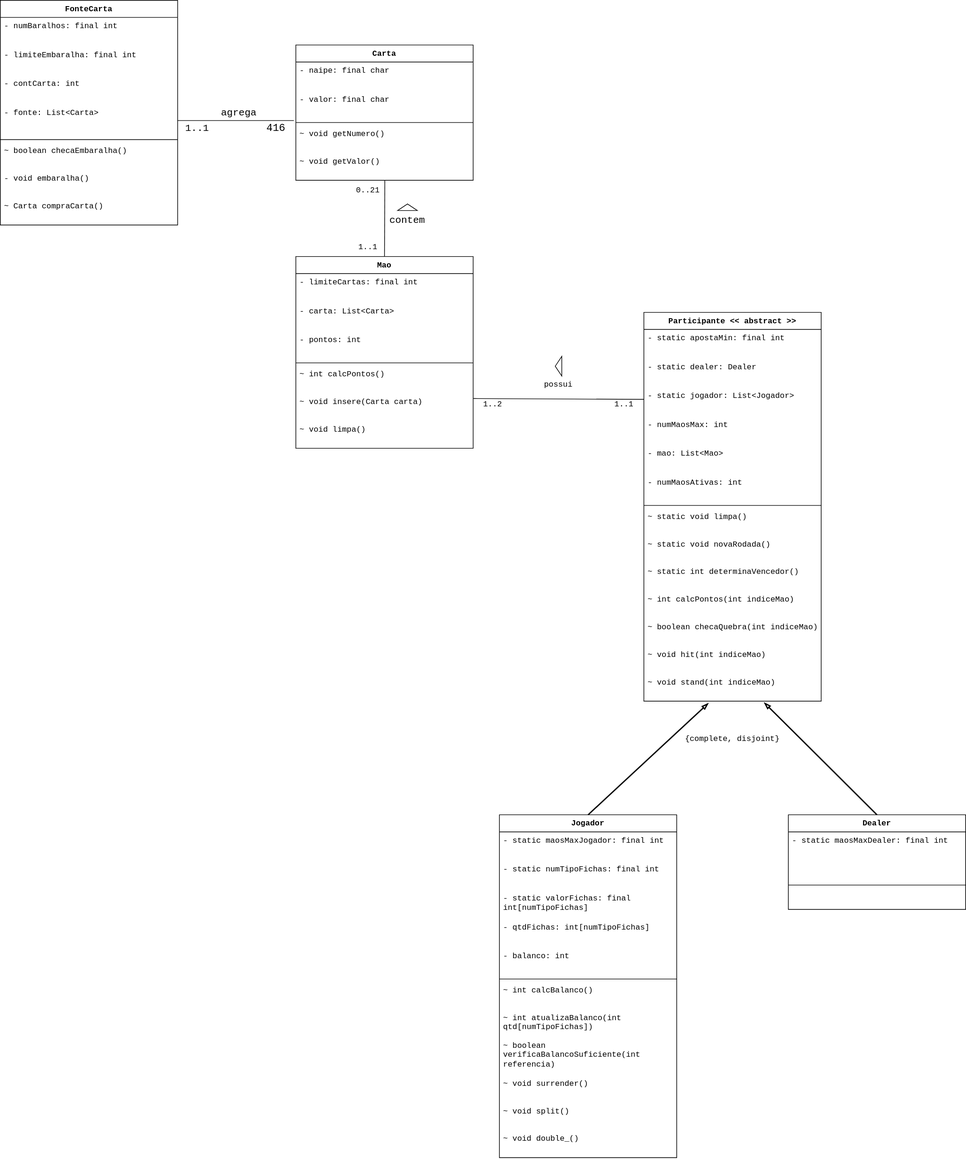
Above: diagramas_drawio/blackjack_ivan_diagrama_classes.drawio.svg in SirSirocco/ProgOrientadaObjetos24_2 (draw.io), before the change. Source tidied: cells renumbered, new cells last; positions are measured from the earlier drawing's top-left corner, leaving out a move shared by most shapes.
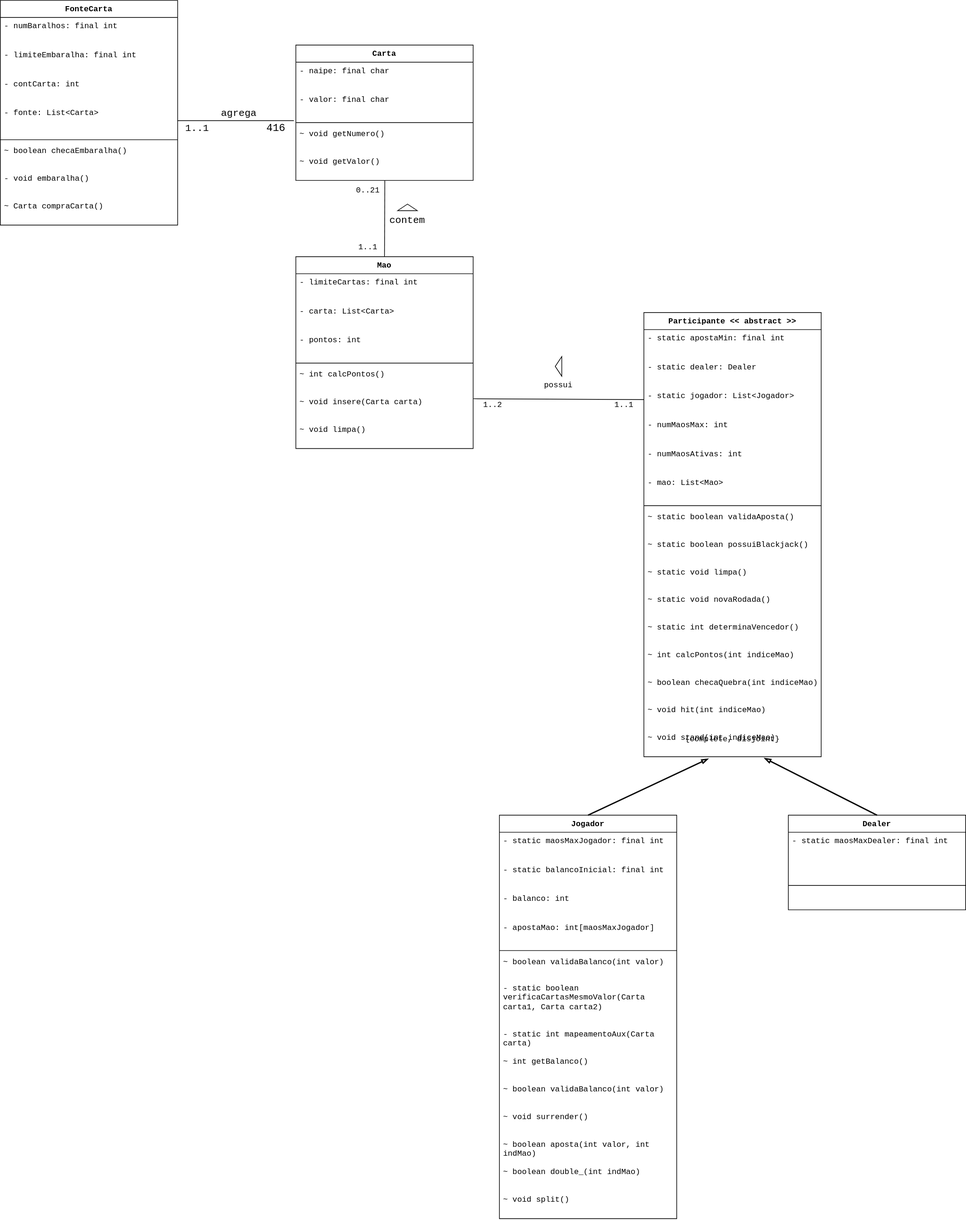
Above is the later version.

Commit message:
Diagrama de classes atualizado pós-reunião

Change to the diagram source:
```diff
@@ -27,7 +27,7 @@
       <mxGeometry y="250" width="270" height="42" as="geometry" />
     </mxCell>
     <mxCell id="10" value="Participante &amp;lt;&amp;lt; abstract &amp;gt;&amp;gt;" style="swimlane;fontStyle=1;align=center;verticalAlign=top;horizontal=1;startSize=26;whiteSpace=wrap;html=1;fontFamily=Courier New;fontSize=12;" parent="1" vertex="1">
-      <mxGeometry x="980" y="475" width="270" height="592" as="geometry" />
+      <mxGeometry x="980" y="475" width="270" height="676" as="geometry" />
     </mxCell>
     <mxCell id="11" value="- static apostaMin: final int" style="text;strokeColor=none;fillColor=none;align=left;verticalAlign=top;spacingLeft=4;spacingRight=4;overflow=hidden;whiteSpace=wrap;html=1;fontFamily=Courier New;fontSize=12;" parent="10" vertex="1">
       <mxGeometry y="26" width="270" height="44" as="geometry" />
@@ -41,35 +41,41 @@
     <mxCell id="14" value="- numMaosMax: int" style="text;strokeColor=none;fillColor=none;align=left;verticalAlign=top;spacingLeft=4;spacingRight=4;overflow=hidden;whiteSpace=wrap;html=1;fontFamily=Courier New;fontSize=12;" parent="10" vertex="1">
       <mxGeometry y="158" width="270" height="44" as="geometry" />
     </mxCell>
+    <mxCell id="16" value="&lt;div&gt;- numMaosAtivas: int&lt;/div&gt;&lt;div&gt;&lt;br&gt;&lt;/div&gt;" style="text;strokeColor=none;fillColor=none;align=left;verticalAlign=top;spacingLeft=4;spacingRight=4;overflow=hidden;whiteSpace=wrap;html=1;fontFamily=Courier New;fontSize=12;" parent="10" vertex="1">
+      <mxGeometry y="202" width="270" height="44" as="geometry" />
+    </mxCell>
     <mxCell id="15" value="- mao: List&amp;lt;Mao&amp;gt;" style="text;strokeColor=none;fillColor=none;align=left;verticalAlign=top;spacingLeft=4;spacingRight=4;overflow=hidden;whiteSpace=wrap;html=1;fontFamily=Courier New;fontSize=12;" parent="10" vertex="1">
-      <mxGeometry y="202" width="270" height="44" as="geometry" />
+      <mxGeometry y="246" width="270" height="44" as="geometry" />
     </mxCell>
-    <mxCell id="16" value="&lt;div&gt;- numMaosAtivas: int&lt;/div&gt;&lt;div&gt;&lt;br&gt;&lt;/div&gt;" style="text;strokeColor=none;fillColor=none;align=left;verticalAlign=top;spacingLeft=4;spacingRight=4;overflow=hidden;whiteSpace=wrap;html=1;fontFamily=Courier New;fontSize=12;" parent="10" vertex="1">
-      <mxGeometry y="246" width="270" height="44" as="geometry" />
-    </mxCell>
     <mxCell id="17" style="line;strokeWidth=1;fillColor=none;align=left;verticalAlign=middle;spacingTop=-1;spacingLeft=3;spacingRight=3;labelPosition=right;strokeColor=inherit;fontFamily=Courier New;fontSize=12;" parent="10" vertex="1">
       <mxGeometry y="290" width="270" height="8" as="geometry" />
     </mxCell>
+    <mxCell id="73" value="~ static boolean validaAposta()" style="text;strokeColor=none;fillColor=none;align=left;verticalAlign=top;spacingLeft=4;spacingRight=4;overflow=hidden;whiteSpace=wrap;html=1;fontFamily=Courier New;fontSize=12;" parent="10" vertex="1">
+      <mxGeometry y="298" width="270" height="42" as="geometry" />
+    </mxCell>
+    <mxCell id="74" value="~ static boolean possuiBlackjack()" style="text;strokeColor=none;fillColor=none;align=left;verticalAlign=top;spacingLeft=4;spacingRight=4;overflow=hidden;whiteSpace=wrap;html=1;fontFamily=Courier New;fontSize=12;" parent="10" vertex="1">
+      <mxGeometry y="340" width="270" height="42" as="geometry" />
+    </mxCell>
     <mxCell id="18" value="~ static void limpa()" style="text;strokeColor=none;fillColor=none;align=left;verticalAlign=top;spacingLeft=4;spacingRight=4;overflow=hidden;whiteSpace=wrap;html=1;fontFamily=Courier New;fontSize=12;" parent="10" vertex="1">
-      <mxGeometry y="298" width="270" height="42" as="geometry" />
+      <mxGeometry y="382" width="270" height="42" as="geometry" />
     </mxCell>
     <mxCell id="19" value="~ static void novaRodada()" style="text;strokeColor=none;fillColor=none;align=left;verticalAlign=top;spacingLeft=4;spacingRight=4;overflow=hidden;whiteSpace=wrap;html=1;fontFamily=Courier New;fontSize=12;" parent="10" vertex="1">
-      <mxGeometry y="340" width="270" height="42" as="geometry" />
+      <mxGeometry y="424" width="270" height="42" as="geometry" />
     </mxCell>
     <mxCell id="20" value="~ static int determinaVencedor()" style="text;strokeColor=none;fillColor=none;align=left;verticalAlign=top;spacingLeft=4;spacingRight=4;overflow=hidden;whiteSpace=wrap;html=1;fontFamily=Courier New;fontSize=12;" parent="10" vertex="1">
-      <mxGeometry y="382" width="270" height="42" as="geometry" />
+      <mxGeometry y="466" width="270" height="42" as="geometry" />
     </mxCell>
     <mxCell id="21" value="&lt;div&gt;~ int calcPontos(int indiceMao)&lt;/div&gt;&lt;div&gt;&lt;br&gt;&lt;/div&gt;" style="text;strokeColor=none;fillColor=none;align=left;verticalAlign=top;spacingLeft=4;spacingRight=4;overflow=hidden;whiteSpace=wrap;html=1;fontFamily=Courier New;fontSize=12;" parent="10" vertex="1">
-      <mxGeometry y="424" width="270" height="42" as="geometry" />
+      <mxGeometry y="508" width="270" height="42" as="geometry" />
     </mxCell>
     <mxCell id="22" value="~ boolean checaQuebra(int indiceMao)" style="text;strokeColor=none;fillColor=none;align=left;verticalAlign=top;spacingLeft=4;spacingRight=4;overflow=hidden;whiteSpace=wrap;html=1;fontFamily=Courier New;fontSize=12;" parent="10" vertex="1">
-      <mxGeometry y="466" width="270" height="42" as="geometry" />
+      <mxGeometry y="550" width="270" height="42" as="geometry" />
     </mxCell>
     <mxCell id="23" value="~ void hit(int indiceMao)" style="text;strokeColor=none;fillColor=none;align=left;verticalAlign=top;spacingLeft=4;spacingRight=4;overflow=hidden;whiteSpace=wrap;html=1;fontFamily=Courier New;fontSize=12;" parent="10" vertex="1">
-      <mxGeometry y="508" width="270" height="42" as="geometry" />
+      <mxGeometry y="592" width="270" height="42" as="geometry" />
     </mxCell>
     <mxCell id="24" value="~ void stand(int indiceMao)" style="text;strokeColor=none;fillColor=none;align=left;verticalAlign=top;spacingLeft=4;spacingRight=4;overflow=hidden;points=[[0,0.5],[1,0.5]];portConstraint=eastwest;whiteSpace=wrap;html=1;fontFamily=Courier New;fontSize=12;" parent="10" vertex="1">
-      <mxGeometry y="550" width="270" height="42" as="geometry" />
+      <mxGeometry y="634" width="270" height="42" as="geometry" />
     </mxCell>
     <mxCell id="25" value="Dealer" style="swimlane;fontStyle=1;align=center;verticalAlign=top;horizontal=1;startSize=26;whiteSpace=wrap;html=1;fontFamily=Courier New;fontSize=12;" parent="1" vertex="1">
       <mxGeometry x="1200" y="1240" width="270" height="144" as="geometry" />
@@ -177,44 +183,50 @@
       <mxGeometry x="1030" y="1109" width="170" height="30" as="geometry" />
     </mxCell>
     <mxCell id="58" value="Jogador" style="swimlane;fontStyle=1;align=center;verticalAlign=top;horizontal=1;startSize=26;whiteSpace=wrap;html=1;fontFamily=Courier New;fontSize=12;" parent="1" vertex="1">
-      <mxGeometry x="760" y="1240" width="270" height="522" as="geometry" />
+      <mxGeometry x="760" y="1240" width="270" height="614" as="geometry" />
     </mxCell>
     <mxCell id="59" value="&lt;div style=&quot;forced-color-adjust: none;&quot;&gt;- static maosMaxJogador: final int&lt;/div&gt;&lt;div style=&quot;forced-color-adjust: none;&quot;&gt;&lt;br style=&quot;forced-color-adjust: none; color: rgb(0, 0, 0); font-family: &amp;quot;Courier New&amp;quot;; font-size: 12px; font-style: normal; font-variant-ligatures: normal; font-variant-caps: normal; font-weight: 400; letter-spacing: normal; orphans: 2; text-align: left; text-indent: 0px; text-transform: none; widows: 2; word-spacing: 0px; -webkit-text-stroke-width: 0px; white-space: normal; background-color: rgb(251, 251, 251); text-decoration-thickness: initial; text-decoration-style: initial; text-decoration-color: initial;&quot;&gt;&lt;br&gt;&lt;br&gt;&lt;/div&gt;" style="text;strokeColor=none;fillColor=none;align=left;verticalAlign=top;spacingLeft=4;spacingRight=4;overflow=hidden;whiteSpace=wrap;html=1;fontFamily=Courier New;fontSize=12;" parent="58" vertex="1">
       <mxGeometry y="26" width="270" height="44" as="geometry" />
     </mxCell>
-    <mxCell id="60" value="&lt;div&gt;- static numTipoFichas: final int&lt;/div&gt;&lt;div&gt;&lt;br&gt;&lt;/div&gt;" style="text;strokeColor=none;fillColor=none;align=left;verticalAlign=top;spacingLeft=4;spacingRight=4;overflow=hidden;whiteSpace=wrap;html=1;fontFamily=Courier New;fontSize=12;" parent="58" vertex="1">
-      <mxGeometry y="70" width="270" height="44" as="geometry" />
-    </mxCell>
-    <mxCell id="61" value="&lt;div&gt;- static valorFichas: final int[numTipoFichas]&lt;/div&gt;&lt;div&gt;&lt;br&gt;&lt;/div&gt;" style="text;strokeColor=none;fillColor=none;align=left;verticalAlign=top;spacingLeft=4;spacingRight=4;overflow=hidden;whiteSpace=wrap;html=1;fontFamily=Courier New;fontSize=12;" parent="58" vertex="1">
-      <mxGeometry y="114" width="270" height="44" as="geometry" />
-    </mxCell>
-    <mxCell id="62" value="&lt;div&gt;- qtdFichas: int[numTipoFichas&lt;span style=&quot;background-color: initial;&quot;&gt;]&lt;/span&gt;&lt;/div&gt;" style="text;strokeColor=none;fillColor=none;align=left;verticalAlign=top;spacingLeft=4;spacingRight=4;overflow=hidden;whiteSpace=wrap;html=1;fontFamily=Courier New;fontSize=12;" parent="58" vertex="1">
-      <mxGeometry y="158" width="270" height="44" as="geometry" />
-    </mxCell>
+    <mxCell id="75" value="&lt;div style=&quot;forced-color-adjust: none;&quot;&gt;- static balancoInicial: final int&lt;/div&gt;&lt;div style=&quot;forced-color-adjust: none;&quot;&gt;&lt;br style=&quot;forced-color-adjust: none; color: rgb(0, 0, 0); font-family: &amp;quot;Courier New&amp;quot;; font-size: 12px; font-style: normal; font-variant-ligatures: normal; font-variant-caps: normal; font-weight: 400; letter-spacing: normal; orphans: 2; text-align: left; text-indent: 0px; text-transform: none; widows: 2; word-spacing: 0px; -webkit-text-stroke-width: 0px; white-space: normal; background-color: rgb(251, 251, 251); text-decoration-thickness: initial; text-decoration-style: initial; text-decoration-color: initial;&quot;&gt;&lt;br&gt;&lt;br&gt;&lt;/div&gt;" style="text;strokeColor=none;fillColor=none;align=left;verticalAlign=top;spacingLeft=4;spacingRight=4;overflow=hidden;whiteSpace=wrap;html=1;fontFamily=Courier New;fontSize=12;" parent="58" vertex="1">
+      <mxGeometry y="70" width="270" height="44" as="geometry" />
+    </mxCell>
     <mxCell id="63" value="&lt;div&gt;- balanco: int&lt;/div&gt;&lt;div&gt;&lt;br&gt;&lt;/div&gt;" style="text;strokeColor=none;fillColor=none;align=left;verticalAlign=top;spacingLeft=4;spacingRight=4;overflow=hidden;whiteSpace=wrap;html=1;fontFamily=Courier New;fontSize=12;" parent="58" vertex="1">
-      <mxGeometry y="202" width="270" height="44" as="geometry" />
+      <mxGeometry y="114" width="270" height="44" as="geometry" />
     </mxCell>
+    <mxCell id="76" value="&lt;div&gt;- apostaMao: int[maosMaxJogador]&lt;/div&gt;&lt;div&gt;&lt;br&gt;&lt;/div&gt;" style="text;strokeColor=none;fillColor=none;align=left;verticalAlign=top;spacingLeft=4;spacingRight=4;overflow=hidden;whiteSpace=wrap;html=1;fontFamily=Courier New;fontSize=12;" parent="58" vertex="1">
+      <mxGeometry y="158" width="270" height="44" as="geometry" />
+    </mxCell>
     <mxCell id="64" style="line;strokeWidth=1;fillColor=none;align=left;verticalAlign=middle;spacingTop=-1;spacingLeft=3;spacingRight=3;labelPosition=right;strokeColor=inherit;fontFamily=Courier New;fontSize=12;" parent="58" vertex="1">
-      <mxGeometry y="246" width="270" height="8" as="geometry" />
+      <mxGeometry y="202" width="270" height="8" as="geometry" />
     </mxCell>
-    <mxCell id="65" value="~ int calcBalanco()" style="text;strokeColor=none;fillColor=none;align=left;verticalAlign=top;spacingLeft=4;spacingRight=4;overflow=hidden;whiteSpace=wrap;html=1;fontFamily=Courier New;fontSize=12;" parent="58" vertex="1">
-      <mxGeometry y="254" width="270" height="42" as="geometry" />
-    </mxCell>
-    <mxCell id="66" value="~ int atualizaBalanco(int qtd[numTipoFichas])" style="text;strokeColor=none;fillColor=none;align=left;verticalAlign=top;spacingLeft=4;spacingRight=4;overflow=hidden;whiteSpace=wrap;html=1;fontFamily=Courier New;fontSize=12;" parent="58" vertex="1">
-      <mxGeometry y="296" width="270" height="42" as="geometry" />
-    </mxCell>
-    <mxCell id="67" value="~ boolean verificaBalancoSuficiente(int referencia)" style="text;strokeColor=none;fillColor=none;align=left;verticalAlign=top;spacingLeft=4;spacingRight=4;overflow=hidden;whiteSpace=wrap;html=1;fontFamily=Courier New;fontSize=12;" parent="58" vertex="1">
-      <mxGeometry y="338" width="270" height="58" as="geometry" />
+    <mxCell id="67" value="~ boolean validaBalanco(int valor)" style="text;strokeColor=none;fillColor=none;align=left;verticalAlign=top;spacingLeft=4;spacingRight=4;overflow=hidden;whiteSpace=wrap;html=1;fontFamily=Courier New;fontSize=12;" parent="58" vertex="1">
+      <mxGeometry y="210" width="270" height="40" as="geometry" />
     </mxCell>
+    <mxCell id="77" value="- static boolean verificaCartasMesmoValor(Carta carta1, Carta carta2)" style="text;strokeColor=none;fillColor=none;align=left;verticalAlign=top;spacingLeft=4;spacingRight=4;overflow=hidden;whiteSpace=wrap;html=1;fontFamily=Courier New;fontSize=12;" parent="58" vertex="1">
+      <mxGeometry y="250" width="270" height="70" as="geometry" />
+    </mxCell>
+    <mxCell id="78" value="- static int mapeamentoAux(Carta carta)" style="text;strokeColor=none;fillColor=none;align=left;verticalAlign=top;spacingLeft=4;spacingRight=4;overflow=hidden;whiteSpace=wrap;html=1;fontFamily=Courier New;fontSize=12;" parent="58" vertex="1">
+      <mxGeometry y="320" width="270" height="42" as="geometry" />
+    </mxCell>
+    <mxCell id="79" value="~ int getBalanco()" style="text;strokeColor=none;fillColor=none;align=left;verticalAlign=top;spacingLeft=4;spacingRight=4;overflow=hidden;whiteSpace=wrap;html=1;fontFamily=Courier New;fontSize=12;" parent="58" vertex="1">
+      <mxGeometry y="362" width="270" height="42" as="geometry" />
+    </mxCell>
+    <mxCell id="80" value="~ boolean validaBalanco(int valor)" style="text;strokeColor=none;fillColor=none;align=left;verticalAlign=top;spacingLeft=4;spacingRight=4;overflow=hidden;whiteSpace=wrap;html=1;fontFamily=Courier New;fontSize=12;" parent="58" vertex="1">
+      <mxGeometry y="404" width="270" height="42" as="geometry" />
+    </mxCell>
     <mxCell id="68" value="~ void surrender()" style="text;strokeColor=none;fillColor=none;align=left;verticalAlign=top;spacingLeft=4;spacingRight=4;overflow=hidden;whiteSpace=wrap;html=1;fontFamily=Courier New;fontSize=12;" parent="58" vertex="1">
-      <mxGeometry y="396" width="270" height="42" as="geometry" />
+      <mxGeometry y="446" width="270" height="42" as="geometry" />
     </mxCell>
+    <mxCell id="81" value="~ boolean aposta(int valor, int indMao)" style="text;strokeColor=none;fillColor=none;align=left;verticalAlign=top;spacingLeft=4;spacingRight=4;overflow=hidden;whiteSpace=wrap;html=1;fontFamily=Courier New;fontSize=12;" parent="58" vertex="1">
+      <mxGeometry y="488" width="270" height="42" as="geometry" />
+    </mxCell>
+    <mxCell id="70" value="~ boolean double_(int indMao)" style="text;strokeColor=none;fillColor=none;align=left;verticalAlign=top;spacingLeft=4;spacingRight=4;overflow=hidden;whiteSpace=wrap;html=1;fontFamily=Courier New;fontSize=12;" parent="58" vertex="1">
+      <mxGeometry y="530" width="270" height="42" as="geometry" />
+    </mxCell>
     <mxCell id="69" value="~ void split()" style="text;strokeColor=none;fillColor=none;align=left;verticalAlign=top;spacingLeft=4;spacingRight=4;overflow=hidden;whiteSpace=wrap;html=1;fontFamily=Courier New;fontSize=12;" parent="58" vertex="1">
-      <mxGeometry y="438" width="270" height="42" as="geometry" />
+      <mxGeometry y="572" width="270" height="42" as="geometry" />
     </mxCell>
-    <mxCell id="70" value="~ void double_()" style="text;strokeColor=none;fillColor=none;align=left;verticalAlign=top;spacingLeft=4;spacingRight=4;overflow=hidden;whiteSpace=wrap;html=1;fontFamily=Courier New;fontSize=12;" parent="58" vertex="1">
-      <mxGeometry y="480" width="270" height="42" as="geometry" />
-    </mxCell>
     <mxCell id="71" style="endArrow=blockThin;html=1;rounded=0;exitX=0.5;exitY=0;exitDx=0;exitDy=0;entryX=0.364;entryY=1.071;entryDx=0;entryDy=0;entryPerimeter=0;endFill=0;strokeWidth=2;" parent="1" edge="1" source="58" target="24">
       <mxGeometry relative="1" as="geometry" />
     </mxCell>
```
